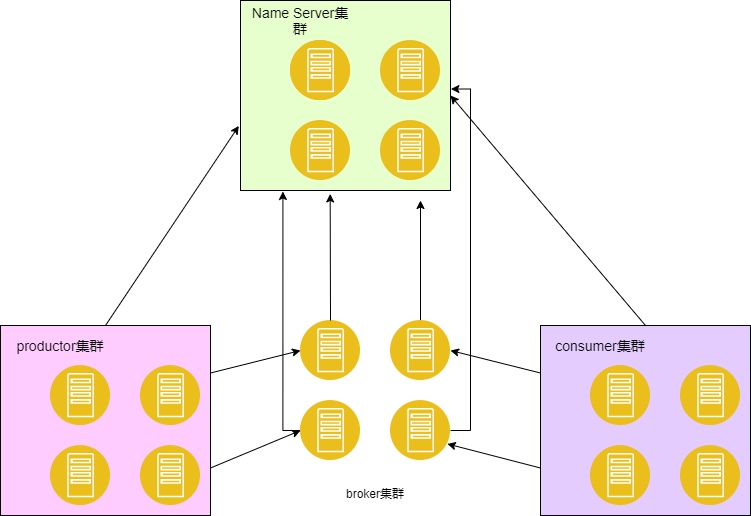
Above: RocketMQ/测试.png in LePeitiPrince/note-picture (draw.io), before the change. Source tidied: cells renumbered, new cells last; positions are measured from the earlier drawing's top-left corner, leaving out a move shared by most shapes.
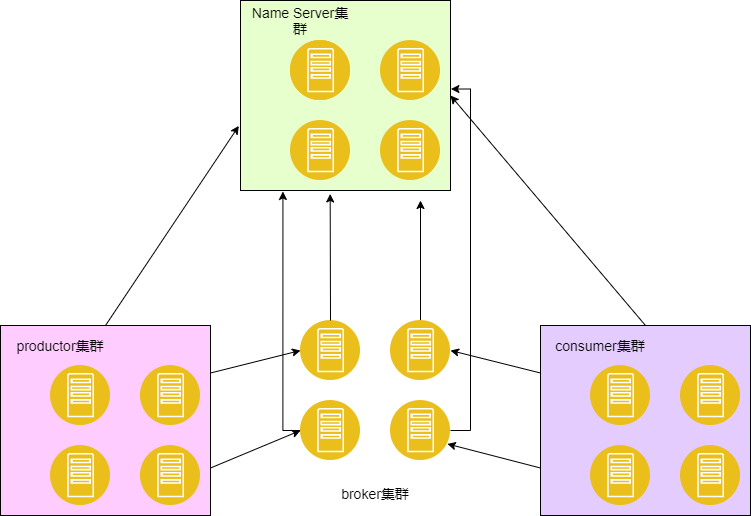
Later version of the same file.

The edit, as a diff of the source:
```diff
@@ -105,7 +105,7 @@
     <mxCell id="33" style="perimeter=ellipsePerimeter;html=1;align=center;shadow=0;dashed=0;fontColor=#4277BB;labelBackgroundColor=#ffffff;fontSize=12;spacingTop=3;image;image=img/lib/ibm/applications/app_server.svg;fillColor=#E6FFCC;" parent="1" vertex="1">
       <mxGeometry x="300" y="320" width="60" height="60" as="geometry" />
     </mxCell>
-    <mxCell id="34" value="broker集群" style="text;html=1;strokeColor=none;fillColor=none;align=center;verticalAlign=middle;whiteSpace=wrap;rounded=0;" parent="1" vertex="1">
+    <mxCell id="34" value="broker集群" style="text;html=1;strokeColor=none;fillColor=none;align=center;verticalAlign=middle;whiteSpace=wrap;rounded=0;fontSize=14;" parent="1" vertex="1">
       <mxGeometry x="320" y="480" width="110" height="25" as="geometry" />
     </mxCell>
     <mxCell id="35" style="endArrow=classic;html=1;entryX=0.427;entryY=1.018;entryDx=0;entryDy=0;entryPerimeter=0;exitX=0.5;exitY=0;exitDx=0;exitDy=0;" parent="1" edge="1" source="33" target="2">
```
